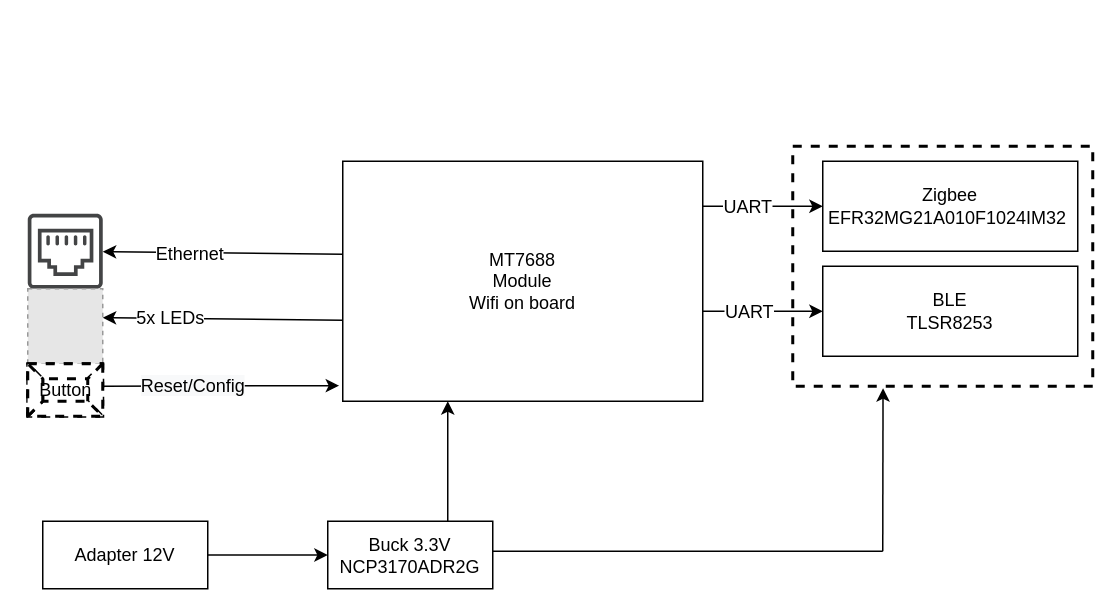
anhvanthe/01_my_drawio keeps this draw.io diagram as page "HC" (1 of 5) of RD_GW.drawio. Above is the earlier version. Source tidied: cells renumbered, new cells numbered last; positions are measured from the earlier drawing's top-left corner, leaving out a move shared by most shapes. Both pictures are drawn from the tidied source at 150%, with x=0, y=0 at pixel (27, 146). Pictures stored in the file or linked from it are replaced by grey dashed boxes.
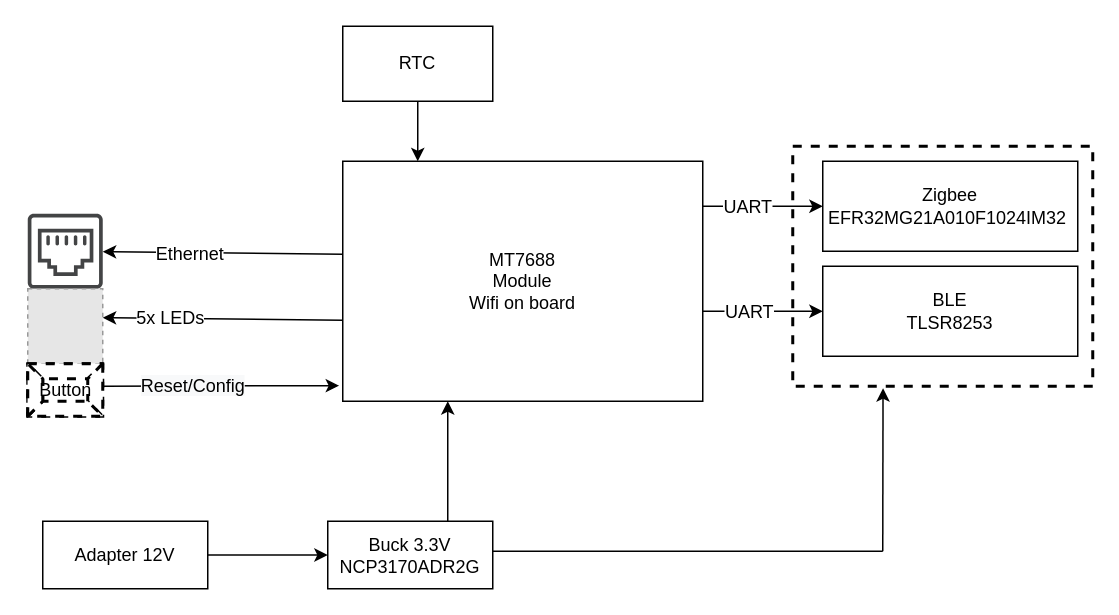
The same page after the edit.

The change refers to these unchanged cells:
```xml
<mxCell id="3" value="MT7688&lt;br&gt;Module&lt;br&gt;Wifi on board" style="rounded=0;whiteSpace=wrap;html=1;" parent="1" vertex="1">
  <mxGeometry x="210" y="10" width="240" height="160" as="geometry" />
</mxCell>
```

Change to the diagram source:
```diff
@@
+    <mxCell id="25" style="edgeStyle=orthogonalEdgeStyle;rounded=0;jettySize=auto;html=1;" parent="1" edge="1" source="26" target="3">
+      <mxGeometry relative="1" as="geometry">
+        <Array as="points">
+          <mxPoint x="260" />
+          <mxPoint x="260" />
+        </Array>
+      </mxGeometry>
+    </mxCell>
+    <mxCell id="26" value="RTC" style="rounded=0;whiteSpace=wrap;html=1;" parent="1" vertex="1">
+      <mxGeometry x="210" y="-80" width="100" height="50" as="geometry" />
+    </mxCell>
```
